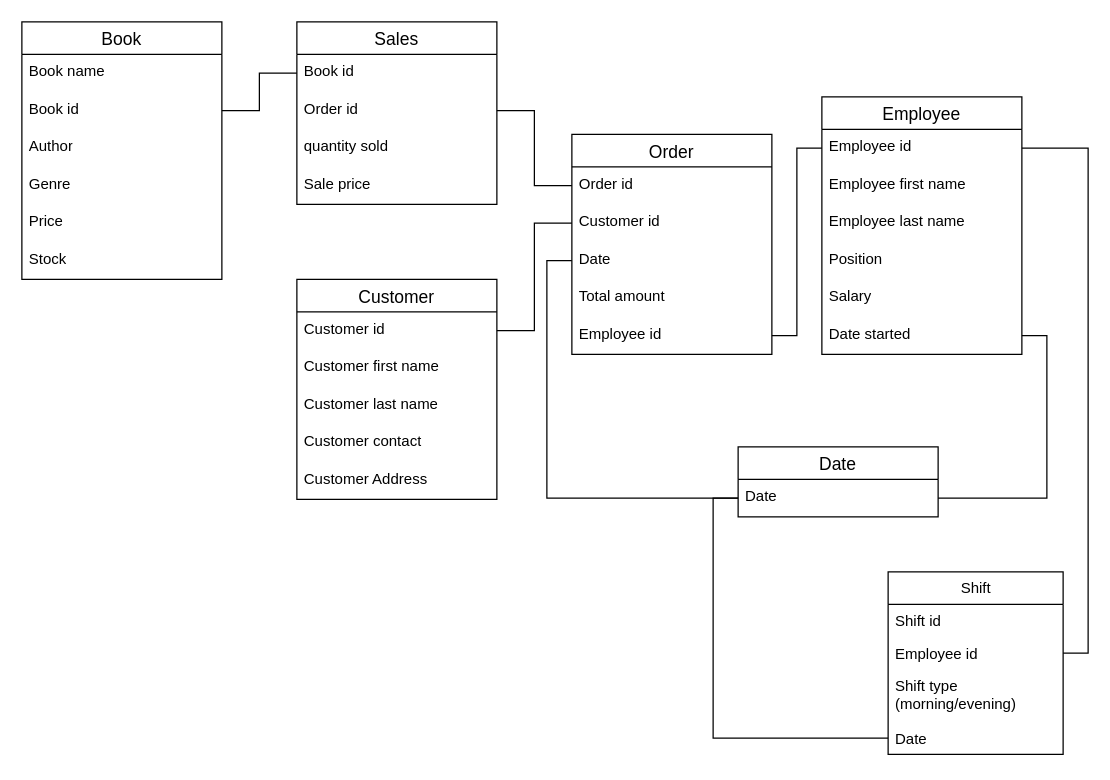
Earlier version of the draw.io diagram 02_activities/assignments/Untitled Diagram.drawio (Sdong23/sql). Source tidied: cells renumbered, new cells numbered last; positions are measured from the earlier drawing's top-left corner, leaving out a move shared by most shapes. Both pictures are drawn from the tidied source at 125%, with x=0, y=0 at pixel (21, 21).
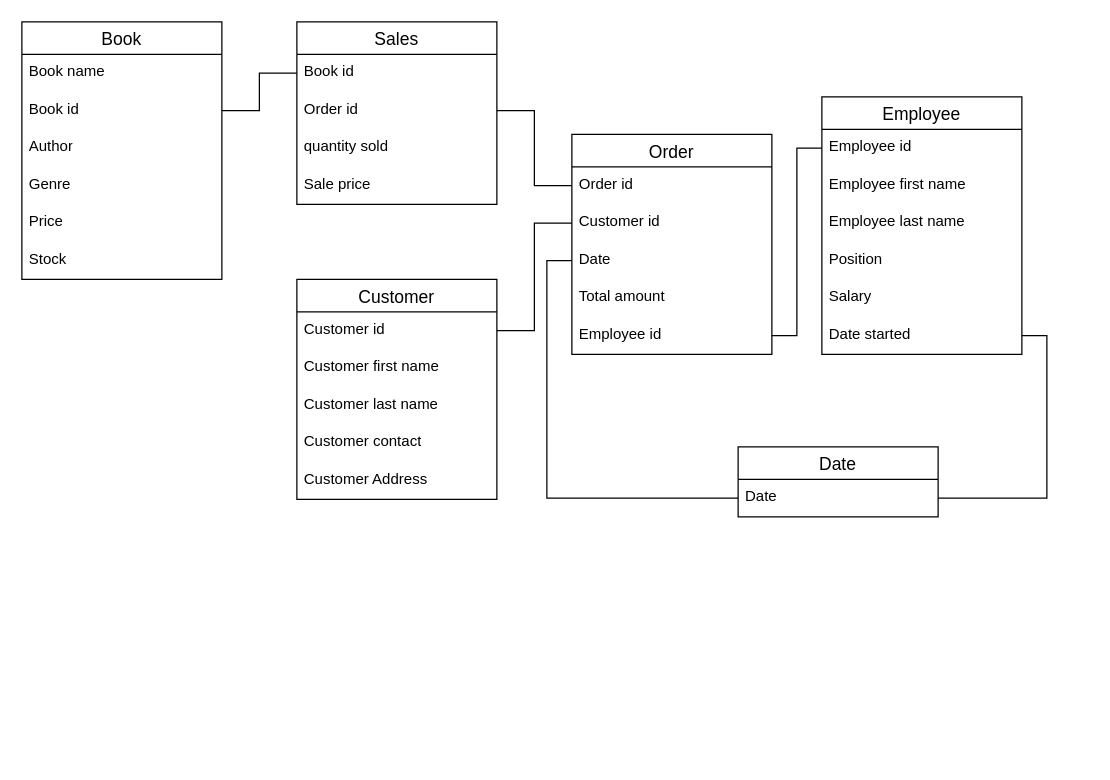
Above is the later version.

The change refers to these unchanged cells:
```xml
<mxCell id="3" value="Employee id" style="text;strokeColor=none;fillColor=none;spacingLeft=4;spacingRight=4;overflow=hidden;points=[[0,0.5],[1,0.5]];portConstraint=eastwest;fontSize=12;whiteSpace=wrap;html=1;" parent="2" vertex="1">
  <mxGeometry y="26" width="160" height="30" as="geometry" />
</mxCell>
<mxCell id="29" value="Date" style="text;strokeColor=none;fillColor=none;spacingLeft=4;spacingRight=4;overflow=hidden;points=[[0,0.5],[1,0.5]];portConstraint=eastwest;fontSize=12;whiteSpace=wrap;html=1;" parent="28" vertex="1">
  <mxGeometry y="26" width="160" height="30" as="geometry" />
</mxCell>
```

Change to the diagram source:
```diff
@@
-    <mxCell id="41" value="Shift" style="swimlane;fontStyle=0;horizontal=1;startSize=26;fillColor=none;html=1;" parent="1" vertex="1">
-      <mxGeometry x="693" y="440" width="140" height="146" as="geometry" />
-    </mxCell>
-    <mxCell id="42" value="Shift id" style="text;strokeColor=none;fillColor=none;align=left;verticalAlign=top;spacingLeft=4;spacingRight=4;overflow=hidden;whiteSpace=wrap;html=1;" parent="41" vertex="1">
-      <mxGeometry y="26" width="140" height="26" as="geometry" />
-    </mxCell>
-    <mxCell id="43" value="Employee id" style="text;strokeColor=none;fillColor=none;align=left;verticalAlign=top;spacingLeft=4;spacingRight=4;overflow=hidden;points=[[0,0.5],[1,0.5]];portConstraint=eastwest;whiteSpace=wrap;html=1;" parent="41" vertex="1">
-      <mxGeometry y="52" width="140" height="26" as="geometry" />
-    </mxCell>
-    <mxCell id="44" value="Shift type (morning/evening)" style="text;strokeColor=none;fillColor=none;align=left;verticalAlign=top;spacingLeft=4;spacingRight=4;overflow=hidden;whiteSpace=wrap;html=1;" parent="41" vertex="1">
-      <mxGeometry y="78" width="140" height="42" as="geometry" />
-    </mxCell>
-    <mxCell id="45" value="Date" style="text;strokeColor=none;fillColor=none;align=left;verticalAlign=top;spacingLeft=4;spacingRight=4;overflow=hidden;points=[[0,0.5],[1,0.5]];portConstraint=eastwest;whiteSpace=wrap;html=1;" parent="41" vertex="1">
-      <mxGeometry y="120" width="140" height="26" as="geometry" />
-    </mxCell>
-    <mxCell id="46" style="edgeStyle=orthogonalEdgeStyle;rounded=0;jettySize=auto;html=1;exitX=1;exitY=0.5;exitDx=0;exitDy=0;entryX=1;entryY=0.5;entryDx=0;entryDy=0;shape=link;width=0;" parent="1" edge="1" source="43" target="3">
-      <mxGeometry relative="1" as="geometry" />
-    </mxCell>
-    <mxCell id="47" style="edgeStyle=orthogonalEdgeStyle;rounded=0;jettySize=auto;html=1;exitX=0;exitY=0.5;exitDx=0;exitDy=0;shape=link;width=0;entryX=0;entryY=0.5;entryDx=0;entryDy=0;" parent="1" edge="1" source="45" target="29">
-      <mxGeometry relative="1" as="geometry" />
-    </mxCell>
```
